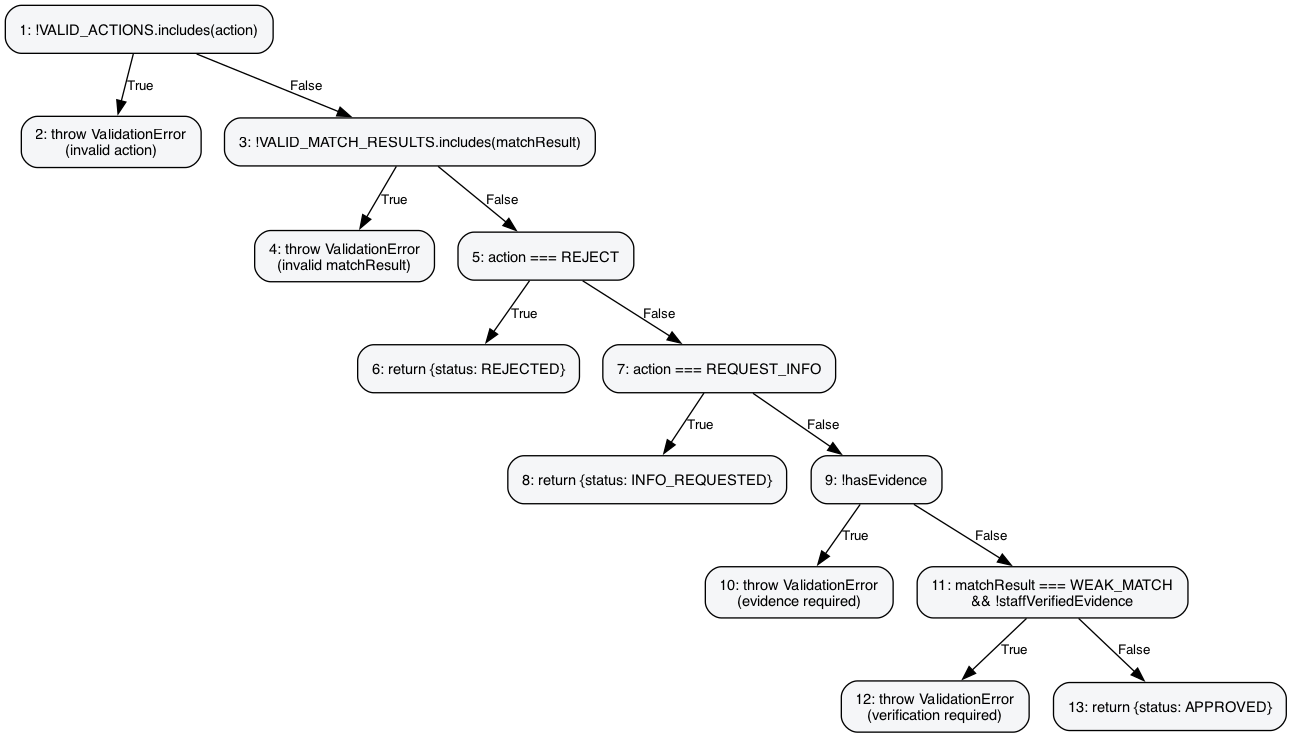
Above: report-assets/cfg/decideClaim.png in Meili1407/Software-Testing-LostFound (Graphviz), before the change. Its source is kept beside it as report-assets/cfg/decideClaim.dot.
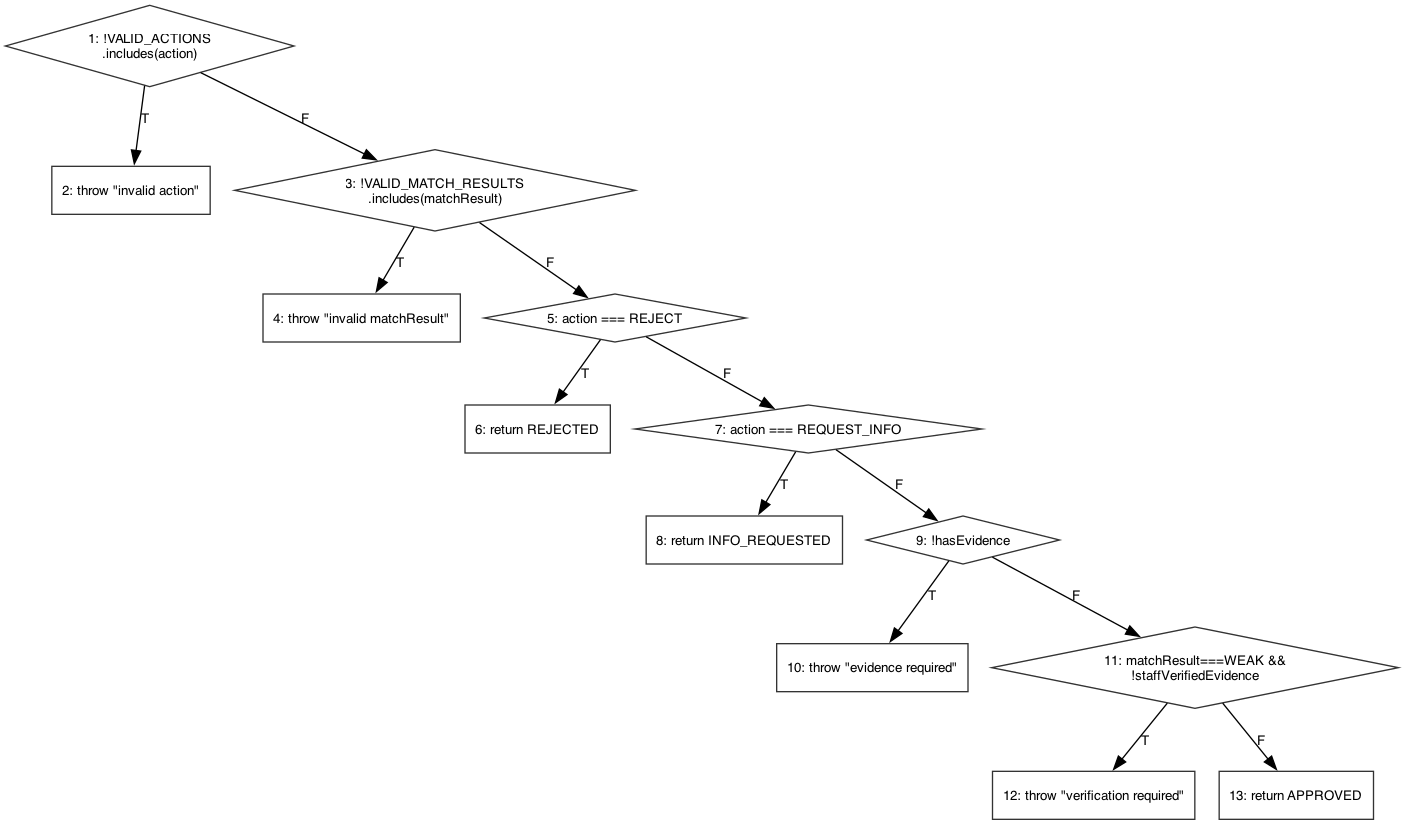
The same diagram one commit later.

Diff of the diagram source:
```diff
@@ -1,32 +1,32 @@
 digraph decideClaim {
   rankdir=TB;
-  node [shape=box, style="rounded,filled", fillcolor="#f5f6f8", fontname="Helvetica", fontsize=11, margin="0.15,0.1"];
+  node [shape=box, fontname="Helvetica", fontsize=10, color="#333333"];
   edge [fontname="Helvetica", fontsize=10];
 
-  N1 [label="1: !VALID_ACTIONS.includes(action)"];
-  N2 [label="2: throw ValidationError\n(invalid action)"];
-  N3 [label="3: !VALID_MATCH_RESULTS.includes(matchResult)"];
-  N4 [label="4: throw ValidationError\n(invalid matchResult)"];
-  N5 [label="5: action === REJECT"];
-  N6 [label="6: return {status: REJECTED}"];
-  N7 [label="7: action === REQUEST_INFO"];
-  N8 [label="8: return {status: INFO_REQUESTED}"];
-  N9 [label="9: !hasEvidence"];
-  N10 [label="10: throw ValidationError\n(evidence required)"];
-  N11 [label="11: matchResult === WEAK_MATCH\n&& !staffVerifiedEvidence"];
-  N12 [label="12: throw ValidationError\n(verification required)"];
-  N13 [label="13: return {status: APPROVED}"];
+  N1 [shape=diamond, label="1: !VALID_ACTIONS\n.includes(action)"];
+  N2 [label="2: throw \"invalid action\""];
+  N3 [shape=diamond, label="3: !VALID_MATCH_RESULTS\n.includes(matchResult)"];
+  N4 [label="4: throw \"invalid matchResult\""];
+  N5 [shape=diamond, label="5: action === REJECT"];
+  N6 [label="6: return REJECTED"];
+  N7 [shape=diamond, label="7: action === REQUEST_INFO"];
+  N8 [label="8: return INFO_REQUESTED"];
+  N9 [shape=diamond, label="9: !hasEvidence"];
+  N10 [label="10: throw \"evidence required\""];
+  N11 [shape=diamond, label="11: matchResult===WEAK &&\n!staffVerifiedEvidence"];
+  N12 [label="12: throw \"verification required\""];
+  N13 [label="13: return APPROVED"];
 
-  N1 -> N2 [label="True"];
-  N1 -> N3 [label="False"];
-  N3 -> N4 [label="True"];
-  N3 -> N5 [label="False"];
-  N5 -> N6 [label="True"];
-  N5 -> N7 [label="False"];
-  N7 -> N8 [label="True"];
-  N7 -> N9 [label="False"];
-  N9 -> N10 [label="True"];
-  N9 -> N11 [label="False"];
-  N11 -> N12 [label="True"];
-  N11 -> N13 [label="False"];
+  N1 -> N2 [label="T"];
+  N1 -> N3 [label="F"];
+  N3 -> N4 [label="T"];
+  N3 -> N5 [label="F"];
+  N5 -> N6 [label="T"];
+  N5 -> N7 [label="F"];
+  N7 -> N8 [label="T"];
+  N7 -> N9 [label="F"];
+  N9 -> N10 [label="T"];
+  N9 -> N11 [label="F"];
+  N11 -> N12 [label="T"];
+  N11 -> N13 [label="F"];
 }
```
